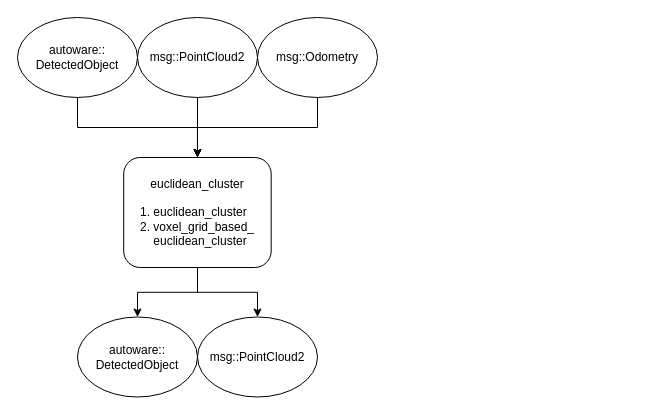
The draw.io diagram front_vehicle_velocity_estimator.drawio in gonheeee/Drawio.Autoware, before the edit. Source tidied: cells renumbered, new cells numbered last; positions are measured from the earlier drawing's top-left corner, leaving out a move shared by most shapes. Both pictures are drawn from the tidied source at 100%, with x=0, y=0 at pixel (17, 17).
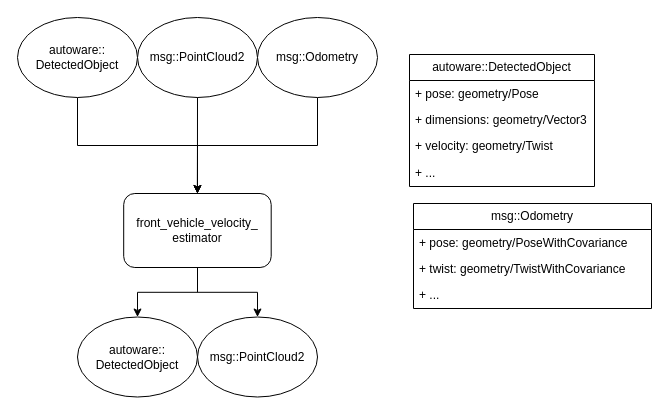
The same page after the edit.

The edit, as a diff of the source:
```diff
@@
-    <mxCell id="2" style="endArrow=classic;html=1;rounded=0;exitX=0.5;exitY=1;exitDx=0;exitDy=0;" parent="1" edge="1">
+    <mxCell id="2" style="endArrow=classic;html=1;rounded=0;exitX=0.5;exitY=1;exitDx=0;exitDy=0;entryX=0.5;entryY=0;entryDx=0;entryDy=0;" parent="1" edge="1" target="5">
       <mxGeometry relative="1" as="geometry">
         <mxPoint x="180" y="70" as="sourcePoint" />
-        <mxPoint x="180" y="140" as="targetPoint" />
       </mxGeometry>
     </mxCell>
@@
-    <mxCell id="5" value="&lt;div style=&quot;&quot;&gt;&lt;span style=&quot;background-color: initial;&quot;&gt;euclidean_cluster&lt;/span&gt;&lt;/div&gt;&lt;br&gt;&lt;div style=&quot;text-align: left;&quot;&gt;1. euclidean_cluster&lt;/div&gt;&lt;div style=&quot;&quot;&gt;&lt;div style=&quot;text-align: left;&quot;&gt;&lt;span style=&quot;background-color: initial;&quot;&gt;2.&amp;nbsp;voxel_grid_based_&lt;/span&gt;&lt;/div&gt;&lt;span style=&quot;background-color: initial;&quot;&gt;&lt;div style=&quot;text-align: left;&quot;&gt;&lt;span style=&quot;background-color: initial;&quot;&gt;&amp;nbsp; &amp;nbsp; euclidean_cluster&lt;/span&gt;&lt;/div&gt;&lt;/span&gt;&lt;/div&gt;" style="rounded=1;whiteSpace=wrap;html=1;align=center;" parent="1" vertex="1">
-      <mxGeometry x="106.2" y="140" width="147.5" height="110" as="geometry" />
+    <mxCell id="5" value="&lt;div style=&quot;&quot;&gt;front_vehicle_velocity_&lt;br&gt;estimator&lt;/div&gt;" style="rounded=1;whiteSpace=wrap;html=1;align=center;" parent="1" vertex="1">
+      <mxGeometry x="106.2" y="176" width="147.5" height="74" as="geometry" />
     </mxCell>
@@
+    <mxCell id="13" value="autoware::DetectedObject" style="swimlane;fontStyle=0;horizontal=1;startSize=26;fillColor=none;whiteSpace=wrap;html=1;" parent="1" vertex="1">
+      <mxGeometry x="392" y="37" width="185" height="132" as="geometry" />
+    </mxCell>
+    <mxCell id="14" value="+ pose: geometry/Pose" style="text;strokeColor=none;fillColor=none;align=left;verticalAlign=top;spacingLeft=4;spacingRight=4;overflow=hidden;whiteSpace=wrap;html=1;" parent="13" vertex="1">
+      <mxGeometry y="26" width="185" height="26" as="geometry" />
+    </mxCell>
+    <mxCell id="15" value="+ dimensions: geometry/Vector3" style="text;strokeColor=none;fillColor=none;align=left;verticalAlign=top;spacingLeft=4;spacingRight=4;overflow=hidden;whiteSpace=wrap;html=1;" parent="13" vertex="1">
+      <mxGeometry y="52" width="185" height="26" as="geometry" />
+    </mxCell>
+    <mxCell id="16" value="+ velocity: geometry/Twist" style="text;strokeColor=none;fillColor=none;align=left;verticalAlign=top;spacingLeft=4;spacingRight=4;overflow=hidden;whiteSpace=wrap;html=1;" parent="13" vertex="1">
+      <mxGeometry y="78" width="185" height="27" as="geometry" />
+    </mxCell>
+    <mxCell id="17" value="+ ..." style="text;strokeColor=none;fillColor=none;align=left;verticalAlign=top;spacingLeft=4;spacingRight=4;overflow=hidden;whiteSpace=wrap;html=1;" parent="13" vertex="1">
+      <mxGeometry y="105" width="185" height="27" as="geometry" />
+    </mxCell>
+    <mxCell id="18" value="msg::Odometry" style="swimlane;fontStyle=0;horizontal=1;startSize=26;fillColor=none;whiteSpace=wrap;html=1;" parent="1" vertex="1">
+      <mxGeometry x="396" y="186" width="238" height="105" as="geometry" />
+    </mxCell>
+    <mxCell id="19" value="+ pose: geometry/PoseWithCovariance" style="text;strokeColor=none;fillColor=none;align=left;verticalAlign=top;spacingLeft=4;spacingRight=4;overflow=hidden;whiteSpace=wrap;html=1;" parent="18" vertex="1">
+      <mxGeometry y="26" width="238" height="26" as="geometry" />
+    </mxCell>
+    <mxCell id="20" value="+ twist: geometry/TwistWithCovariance" style="text;strokeColor=none;fillColor=none;align=left;verticalAlign=top;spacingLeft=4;spacingRight=4;overflow=hidden;whiteSpace=wrap;html=1;" parent="18" vertex="1">
+      <mxGeometry y="52" width="238" height="26" as="geometry" />
+    </mxCell>
+    <mxCell id="21" value="+ ..." style="text;strokeColor=none;fillColor=none;align=left;verticalAlign=top;spacingLeft=4;spacingRight=4;overflow=hidden;whiteSpace=wrap;html=1;" parent="18" vertex="1">
+      <mxGeometry y="78" width="238" height="27" as="geometry" />
+    </mxCell>
```
